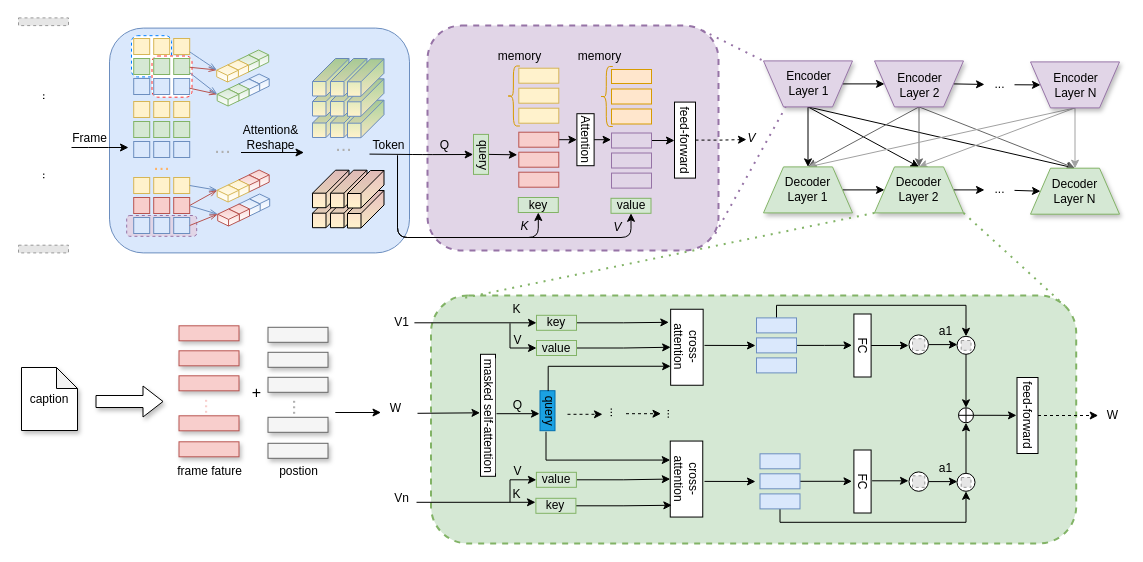
Before: 毕设.drawio in jerry-ww/pcbvr, a draw.io diagram. Source tidied: cells renumbered, new cells numbered last; positions are measured from the earlier drawing's top-left corner, leaving out a move shared by most shapes. Both pictures are drawn from the tidied source at 100%, with x=0, y=0 at pixel (18, 17). Pictures stored in the file or linked from it are replaced by grey dashed boxes.
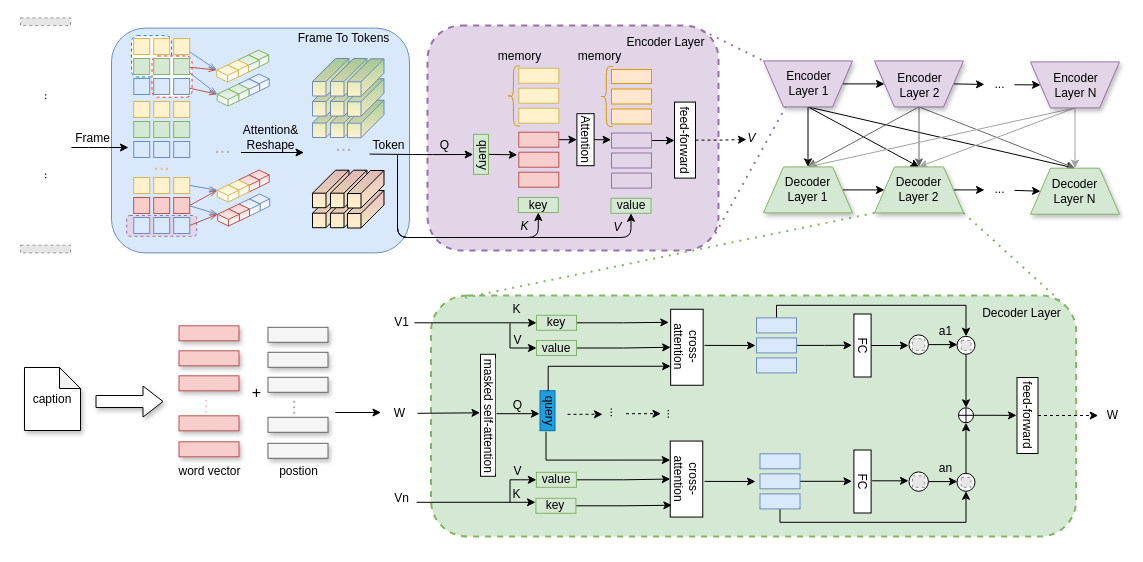
After the change.

Diff of the diagram source:
```diff
@@
     <mxCell id="2" style="rounded=1;whiteSpace=wrap;html=1;dashed=1;sketch=0;strokeWidth=2;fillColor=#d5e8d4;strokeColor=#82b366;" parent="1" vertex="1">
-      <mxGeometry x="412.5" y="277.9" width="645.2" height="248.1" as="geometry" />
+      <mxGeometry x="412.5" y="277.9" width="645.2" height="241.1" as="geometry" />
     </mxCell>
@@
     <mxCell id="4" style="rounded=1;whiteSpace=wrap;html=1;strokeWidth=1;fillColor=#dae8fc;strokeColor=#6c8ebf;direction=east;" parent="1" vertex="1">
-      <mxGeometry x="91" y="10.6" width="300" height="224.8" as="geometry" />
+      <mxGeometry x="93" y="10.6" width="298" height="224.8" as="geometry" />
     </mxCell>
@@
     <mxCell id="78" value="Frame" style="text;html=1;align=center;verticalAlign=middle;fillColor=none;strokeColor=none;rounded=0;shadow=1;direction=east;" parent="1" vertex="1">
-      <mxGeometry x="46" y="111" width="50" height="20" as="geometry" />
+      <mxGeometry x="49" y="111" width="50" height="20" as="geometry" />
     </mxCell>
@@
     <mxCell id="106" value=".." style="text;html=1;align=center;verticalAlign=middle;strokeColor=none;rotation=90;direction=east;" parent="1" vertex="1">
-      <mxGeometry x="19.5" y="68.7" width="20" height="20" as="geometry" />
+      <mxGeometry x="21.5" y="68.7" width="20" height="20" as="geometry" />
     </mxCell>
     <mxCell id="107" value=".." style="text;html=1;align=center;verticalAlign=middle;strokeColor=none;rotation=90;direction=east;" parent="1" vertex="1">
-      <mxGeometry x="19.5" y="147.9" width="20" height="20" as="geometry" />
+      <mxGeometry x="21.5" y="147.9" width="20" height="20" as="geometry" />
     </mxCell>
     <mxCell id="108" style="fillColor=#E6E6E6;strokeColor=#999999;dashed=1;verticalLabelPosition=bottom;labelBackgroundColor=#ffffff;verticalAlign=top;" parent="1" vertex="1">
-      <mxGeometry y="0.4" width="50" height="7.7" as="geometry" />
+      <mxGeometry x="2" y="0.4" width="50" height="7.7" as="geometry" />
     </mxCell>
     <mxCell id="109" style="fillColor=#E6E6E6;strokeColor=#999999;dashed=1;verticalLabelPosition=bottom;labelBackgroundColor=#ffffff;verticalAlign=top;" parent="1" vertex="1">
-      <mxGeometry y="227.7" width="50" height="7.7" as="geometry" />
+      <mxGeometry x="2" y="227.7" width="50" height="7.7" as="geometry" />
     </mxCell>
@@
     <mxCell id="151" value="&lt;font color=&quot;#000000&quot;&gt;caption&lt;/font&gt;" style="shape=note;whiteSpace=wrap;html=1;backgroundOutline=1;darkOpacity=0.05;shadow=1;fontColor=#f5f5f5;size=21;" parent="1" vertex="1">
-      <mxGeometry x="3" y="350" width="56" height="63" as="geometry" />
+      <mxGeometry x="6" y="350" width="56" height="63" as="geometry" />
     </mxCell>
@@
-    <mxCell id="159" value="frame fature" style="text;html=1;align=center;verticalAlign=middle;fillColor=none;strokeColor=none;rounded=0;shadow=1;" parent="1" vertex="1">
-      <mxGeometry x="153" y="445.3" width="75" height="18" as="geometry" />
+    <mxCell id="159" value="word vector" style="text;html=1;align=center;verticalAlign=middle;fillColor=none;strokeColor=none;rounded=0;shadow=1;" parent="1" vertex="1">
+      <mxGeometry x="155" y="445.3" width="72" height="18" as="geometry" />
     </mxCell>
@@
     <mxCell id="169" value="W" style="text;html=1;align=center;verticalAlign=middle;strokeColor=none;" parent="1" vertex="1">
-      <mxGeometry x="366" y="381.6" width="21" height="18" as="geometry" />
+      <mxGeometry x="370" y="387.3" width="21" height="18" as="geometry" />
     </mxCell>
@@
-    <mxCell id="229" value="a1" style="text;html=1;align=center;verticalAlign=middle;strokeColor=none;fontColor=#000000;" parent="1" vertex="1">
+    <mxCell id="229" value="an" style="text;html=1;align=center;verticalAlign=middle;strokeColor=none;fontColor=#000000;" parent="1" vertex="1">
       <mxGeometry x="915.5" y="442" width="23" height="18" as="geometry" />
     </mxCell>
@@
+    <mxCell id="241" value="Encoder Layer" style="text;html=1;align=center;verticalAlign=middle;strokeColor=none;fontColor=#000000;" parent="1" vertex="1">
+      <mxGeometry x="603" y="15.5" width="88" height="18" as="geometry" />
+    </mxCell>
+    <mxCell id="242" value="Decoder Layer" style="text;html=1;align=center;verticalAlign=middle;strokeColor=none;fontColor=#000000;" parent="1" vertex="1">
+      <mxGeometry x="958" y="287" width="89" height="18" as="geometry" />
+    </mxCell>
+    <mxCell id="243" value="Frame To Tokens" style="text;html=1;align=center;verticalAlign=middle;strokeColor=none;fontColor=#000000;" parent="1" vertex="1">
+      <mxGeometry x="274" y="12.1" width="102" height="18" as="geometry" />
+    </mxCell>
```
